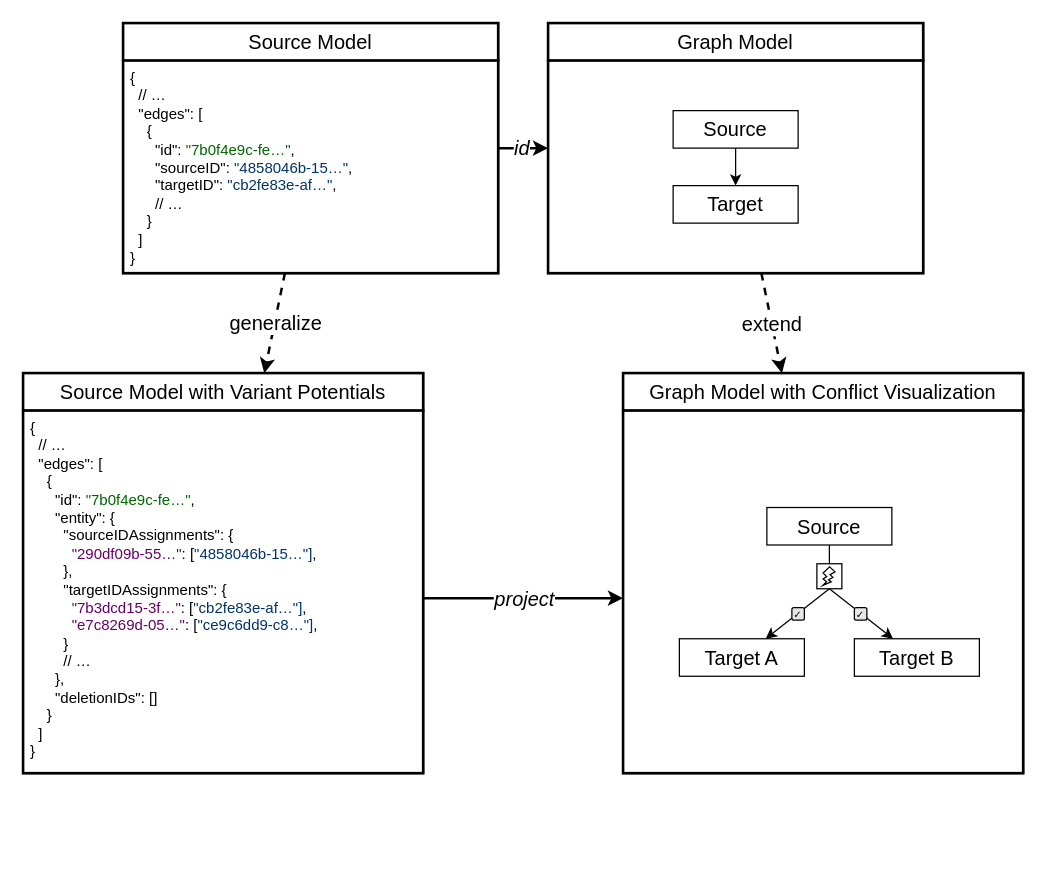
Before: docs/vuepress/src/content/developer-guide/overview/assets/lazy-merging.drawio in SoweluAvanzo/DAO-ML_Cinco_Cloud_Editor, a draw.io diagram. Source tidied: cells renumbered, new cells numbered last; positions are measured from the earlier drawing's top-left corner, leaving out a move shared by most shapes. Both pictures are drawn from the tidied source at 125%, with x=0, y=0 at pixel (22, 22).
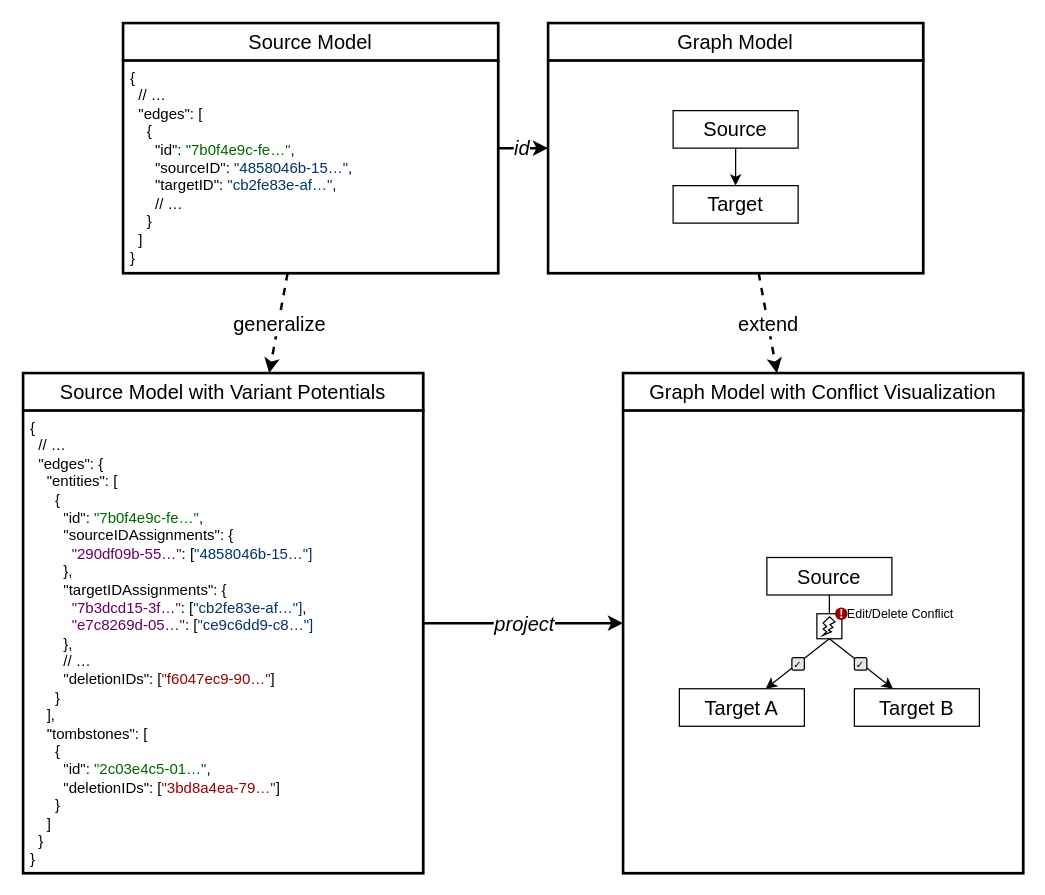
The same diagram, later.

Commit message (it also covers changes not shown here):
lazy-merging: Store tombstones separately in illustration

See #325

Diff of the diagram source:
```diff
@@
-    <mxCell id="10" style="edgeStyle=none;html=1;fontSize=16;fontFamily=Fira;strokeWidth=2;" parent="1" edge="1">
-      <mxGeometry relative="1" as="geometry">
-        <mxPoint x="320" y="460" as="sourcePoint" />
-        <mxPoint x="480" y="460" as="targetPoint" />
-      </mxGeometry>
+    <mxCell id="10" style="edgeStyle=none;html=1;fontSize=16;fontFamily=Fira;strokeWidth=2;" parent="1" edge="1" source="12" target="13">
+      <mxGeometry relative="1" as="geometry" />
     </mxCell>
@@
     <mxCell id="12" style="rounded=0;whiteSpace=wrap;html=1;fontSize=16;fontFamily=Fira;strokeWidth=2;" parent="1" vertex="1">
-      <mxGeometry y="280" width="320" height="320" as="geometry" />
+      <mxGeometry y="280" width="320" height="400" as="geometry" />
     </mxCell>
     <mxCell id="13" style="rounded=0;whiteSpace=wrap;html=1;fontSize=16;fontFamily=Fira;strokeWidth=2;" parent="1" vertex="1">
-      <mxGeometry x="480" y="280" width="320" height="320" as="geometry" />
+      <mxGeometry x="480" y="280" width="320" height="400" as="geometry" />
     </mxCell>
@@
-    <mxCell id="19" value="{&lt;br style=&quot;border-color: var(--border-color);&quot;&gt;&amp;nbsp; // …&lt;br style=&quot;border-color: var(--border-color);&quot;&gt;&amp;nbsp; &quot;edges&quot;: [&lt;br style=&quot;border-color: var(--border-color);&quot;&gt;&amp;nbsp; &amp;nbsp; {&lt;br&gt;&amp;nbsp; &amp;nbsp; &amp;nbsp; &quot;id&quot;:&amp;nbsp;&lt;font style=&quot;border-color: var(--border-color);&quot; color=&quot;#006600&quot;&gt;&quot;7b0f4e9c-fe…&quot;&lt;/font&gt;,&lt;br&gt;&amp;nbsp; &amp;nbsp; &amp;nbsp; &quot;entity&quot;: {&lt;br style=&quot;border-color: var(--border-color);&quot;&gt;&amp;nbsp; &amp;nbsp; &amp;nbsp; &amp;nbsp; &quot;sourceIDAssignments&quot;: {&lt;br&gt;&amp;nbsp; &amp;nbsp; &amp;nbsp; &amp;nbsp; &amp;nbsp;&amp;nbsp;&lt;font color=&quot;#660066&quot;&gt;&quot;290df09b-55…&quot;&lt;/font&gt;: [&lt;font color=&quot;#003366&quot;&gt;&quot;4858046b-15…&quot;]&lt;/font&gt;,&lt;br&gt;&amp;nbsp; &amp;nbsp; &amp;nbsp; &amp;nbsp; },&lt;br style=&quot;border-color: var(--border-color);&quot;&gt;&amp;nbsp; &amp;nbsp; &amp;nbsp; &amp;nbsp; &quot;targetIDAssignments&quot;: {&lt;br style=&quot;border-color: var(--border-color);&quot;&gt;&amp;nbsp; &amp;nbsp; &amp;nbsp; &amp;nbsp; &amp;nbsp;&amp;nbsp;&lt;font color=&quot;#660066&quot;&gt;&quot;7b3dcd15-3f…&quot;&lt;/font&gt;: [&lt;font color=&quot;#003366&quot;&gt;&quot;cb2fe83e-af…&quot;]&lt;/font&gt;,&lt;br style=&quot;border-color: var(--border-color);&quot;&gt;&amp;nbsp; &amp;nbsp; &amp;nbsp; &amp;nbsp; &amp;nbsp;&amp;nbsp;&lt;font color=&quot;#660066&quot;&gt;&quot;e7c8269d-05…&quot;&lt;/font&gt;: [&lt;font color=&quot;#003366&quot;&gt;&quot;ce9c6dd9-c8…&quot;]&lt;/font&gt;,&lt;br&gt;&amp;nbsp; &amp;nbsp; &amp;nbsp; &amp;nbsp; }&lt;br style=&quot;border-color: var(--border-color);&quot;&gt;&amp;nbsp; &amp;nbsp; &amp;nbsp; &amp;nbsp; // …&lt;br&gt;&amp;nbsp; &amp;nbsp; &amp;nbsp; },&lt;br&gt;&amp;nbsp; &amp;nbsp; &amp;nbsp; &quot;deletionIDs&quot;: []&lt;br style=&quot;border-color: var(--border-color);&quot;&gt;&amp;nbsp; &amp;nbsp; }&lt;br style=&quot;border-color: var(--border-color);&quot;&gt;&amp;nbsp; ]&lt;br style=&quot;border-color: var(--border-color);&quot;&gt;}" style="rounded=0;whiteSpace=wrap;html=1;fontFamily=Source Code Pro;fontSize=12;align=left;verticalAlign=top;strokeWidth=2;spacingLeft=4;" parent="1" vertex="1">
-      <mxGeometry y="310" width="320" height="290" as="geometry" />
+    <mxCell id="19" value="{&lt;br style=&quot;border-color: var(--border-color);&quot;&gt;&amp;nbsp; // …&lt;br style=&quot;border-color: var(--border-color);&quot;&gt;&amp;nbsp; &quot;edges&quot;: {&lt;br&gt;&amp;nbsp; &amp;nbsp; &quot;entities&quot;: [&lt;br style=&quot;border-color: var(--border-color);&quot;&gt;&amp;nbsp; &amp;nbsp; &amp;nbsp; {&lt;br&gt;&amp;nbsp; &amp;nbsp; &amp;nbsp; &amp;nbsp; &quot;id&quot;:&amp;nbsp;&lt;font style=&quot;border-color: var(--border-color);&quot; color=&quot;#006600&quot;&gt;&quot;7b0f4e9c-fe…&quot;&lt;/font&gt;,&lt;br style=&quot;border-color: var(--border-color);&quot;&gt;&amp;nbsp; &amp;nbsp; &amp;nbsp; &amp;nbsp; &quot;sourceIDAssignments&quot;: {&lt;br&gt;&amp;nbsp; &amp;nbsp; &amp;nbsp; &amp;nbsp; &amp;nbsp;&amp;nbsp;&lt;font color=&quot;#660066&quot;&gt;&quot;290df09b-55…&quot;&lt;/font&gt;: [&lt;font color=&quot;#003366&quot;&gt;&quot;4858046b-15…&quot;]&lt;/font&gt;&lt;br&gt;&amp;nbsp; &amp;nbsp; &amp;nbsp; &amp;nbsp; },&lt;br style=&quot;border-color: var(--border-color);&quot;&gt;&amp;nbsp; &amp;nbsp; &amp;nbsp; &amp;nbsp; &quot;targetIDAssignments&quot;: {&lt;br style=&quot;border-color: var(--border-color);&quot;&gt;&amp;nbsp; &amp;nbsp; &amp;nbsp; &amp;nbsp; &amp;nbsp;&amp;nbsp;&lt;font color=&quot;#660066&quot;&gt;&quot;7b3dcd15-3f…&quot;&lt;/font&gt;: [&lt;font color=&quot;#003366&quot;&gt;&quot;cb2fe83e-af…&quot;]&lt;/font&gt;,&lt;br style=&quot;border-color: var(--border-color);&quot;&gt;&amp;nbsp; &amp;nbsp; &amp;nbsp; &amp;nbsp; &amp;nbsp;&amp;nbsp;&lt;font color=&quot;#660066&quot;&gt;&quot;e7c8269d-05…&quot;&lt;/font&gt;: [&lt;font color=&quot;#003366&quot;&gt;&quot;ce9c6dd9-c8…&quot;]&lt;/font&gt;&lt;br&gt;&amp;nbsp; &amp;nbsp; &amp;nbsp; &amp;nbsp; },&lt;br style=&quot;border-color: var(--border-color);&quot;&gt;&amp;nbsp; &amp;nbsp; &amp;nbsp; &amp;nbsp; // …&lt;br&gt;&amp;nbsp; &amp;nbsp; &amp;nbsp; &amp;nbsp; &quot;deletionIDs&quot;: [&lt;font color=&quot;#990000&quot;&gt;&quot;f6047ec9-90…&quot;&lt;/font&gt;]&lt;br style=&quot;border-color: var(--border-color);&quot;&gt;&amp;nbsp; &amp;nbsp; &amp;nbsp; }&lt;br style=&quot;border-color: var(--border-color);&quot;&gt;&amp;nbsp; &amp;nbsp; ],&lt;br&gt;&amp;nbsp; &amp;nbsp; &quot;tombstones&quot;: [&lt;br&gt;&amp;nbsp; &amp;nbsp; &amp;nbsp; {&lt;br style=&quot;border-color: var(--border-color);&quot;&gt;&amp;nbsp; &amp;nbsp; &amp;nbsp; &amp;nbsp; &quot;id&quot;:&amp;nbsp;&lt;font style=&quot;border-color: var(--border-color);&quot; color=&quot;#006600&quot;&gt;&quot;2c03e4c5-01…&quot;&lt;/font&gt;,&lt;br style=&quot;border-color: var(--border-color);&quot;&gt;&amp;nbsp; &amp;nbsp; &amp;nbsp; &amp;nbsp; &quot;deletionIDs&quot;: [&lt;font style=&quot;border-color: var(--border-color);&quot; color=&quot;#990000&quot;&gt;&quot;3bd8a4ea-79…&quot;&lt;/font&gt;]&lt;br style=&quot;border-color: var(--border-color);&quot;&gt;&amp;nbsp; &amp;nbsp; &amp;nbsp; }&lt;br&gt;&amp;nbsp; &amp;nbsp; ]&lt;br&gt;&amp;nbsp; }&lt;br&gt;}" style="rounded=0;whiteSpace=wrap;html=1;fontFamily=Source Code Pro;fontSize=12;align=left;verticalAlign=top;strokeWidth=2;spacingLeft=4;" parent="1" vertex="1">
+      <mxGeometry y="310" width="320" height="370" as="geometry" />
     </mxCell>
@@
     <mxCell id="24" style="rounded=0;whiteSpace=wrap;html=1;fontFamily=Source Code Pro;fontSize=12;fontColor=#003366;strokeWidth=2;" parent="1" vertex="1">
-      <mxGeometry x="480" y="310" width="320" height="290" as="geometry" />
+      <mxGeometry x="480" y="310" width="320" height="370" as="geometry" />
     </mxCell>
     <mxCell id="25" value="&lt;span style=&quot;font-size: 16px;&quot;&gt;Source&lt;/span&gt;" style="rounded=0;whiteSpace=wrap;html=1;fontSize=16;fontFamily=Fira;" parent="1" vertex="1">
-      <mxGeometry x="595" y="387.5" width="100" height="30" as="geometry" />
+      <mxGeometry x="595" y="427.5" width="100" height="30" as="geometry" />
     </mxCell>
     <mxCell id="26" value="&lt;span style=&quot;font-size: 16px;&quot;&gt;Target A&lt;/span&gt;" style="rounded=0;whiteSpace=wrap;html=1;fontSize=16;fontFamily=Fira;" parent="1" vertex="1">
-      <mxGeometry x="525" y="492.5" width="100" height="30" as="geometry" />
+      <mxGeometry x="525" y="532.5" width="100" height="30" as="geometry" />
     </mxCell>
     <mxCell id="27" value="&lt;span style=&quot;font-size: 16px;&quot;&gt;Target B&lt;/span&gt;" style="rounded=0;whiteSpace=wrap;html=1;fontSize=16;fontFamily=Fira;" parent="1" vertex="1">
-      <mxGeometry x="665" y="492.5" width="100" height="30" as="geometry" />
+      <mxGeometry x="665" y="532.5" width="100" height="30" as="geometry" />
     </mxCell>
@@
     <mxCell id="31" value="✓" style="rounded=1;whiteSpace=wrap;html=1;fontSize=8;fillColor=#E6E6E6;" parent="1" vertex="1">
-      <mxGeometry x="665" y="467.5" width="10" height="10" as="geometry" />
+      <mxGeometry x="665" y="507.5" width="10" height="10" as="geometry" />
     </mxCell>
     <mxCell id="32" value="✓" style="rounded=1;whiteSpace=wrap;html=1;fontSize=8;fillColor=#E6E6E6;" parent="1" vertex="1">
-      <mxGeometry x="615" y="467.5" width="10" height="10" as="geometry" />
+      <mxGeometry x="615" y="507.5" width="10" height="10" as="geometry" />
     </mxCell>
     <mxCell id="33" style="rounded=0;whiteSpace=wrap;html=1;fontSize=16;fontFamily=Fira;" parent="1" vertex="1">
-      <mxGeometry x="635" y="432.5" width="20" height="20" as="geometry" />
+      <mxGeometry x="635" y="472.5" width="20" height="20" as="geometry" />
     </mxCell>
     <mxCell id="34" style="verticalLabelPosition=bottom;verticalAlign=top;html=1;shape=mxgraph.basic.flash;fontSize=16;fontFamily=Fira;" parent="1" vertex="1">
-      <mxGeometry x="639.5" y="435" width="10" height="15" as="geometry" />
+      <mxGeometry x="639.5" y="475" width="10" height="15" as="geometry" />
     </mxCell>
+    <mxCell id="35" value="!" style="ellipse;whiteSpace=wrap;html=1;fillColor=#990000;strokeColor=none;fontFamily=Fira;fontColor=#FFFFFF;fontSize=10;verticalAlign=middle;spacingTop=-1;spacingLeft=0;spacingRight=0;fontStyle=1;" parent="1" vertex="1">
+      <mxGeometry x="649.5" y="467.5" width="10" height="10" as="geometry" />
+    </mxCell>
+    <mxCell id="36" value="Edit/Delete Conflict" style="text;html=1;strokeColor=none;fillColor=none;align=center;verticalAlign=middle;whiteSpace=wrap;rounded=0;fontFamily=Fira;fontSize=10;fontColor=#000000;spacingTop=-1;" parent="1" vertex="1">
+      <mxGeometry x="657" y="467.5" width="90" height="10" as="geometry" />
+    </mxCell>
```
